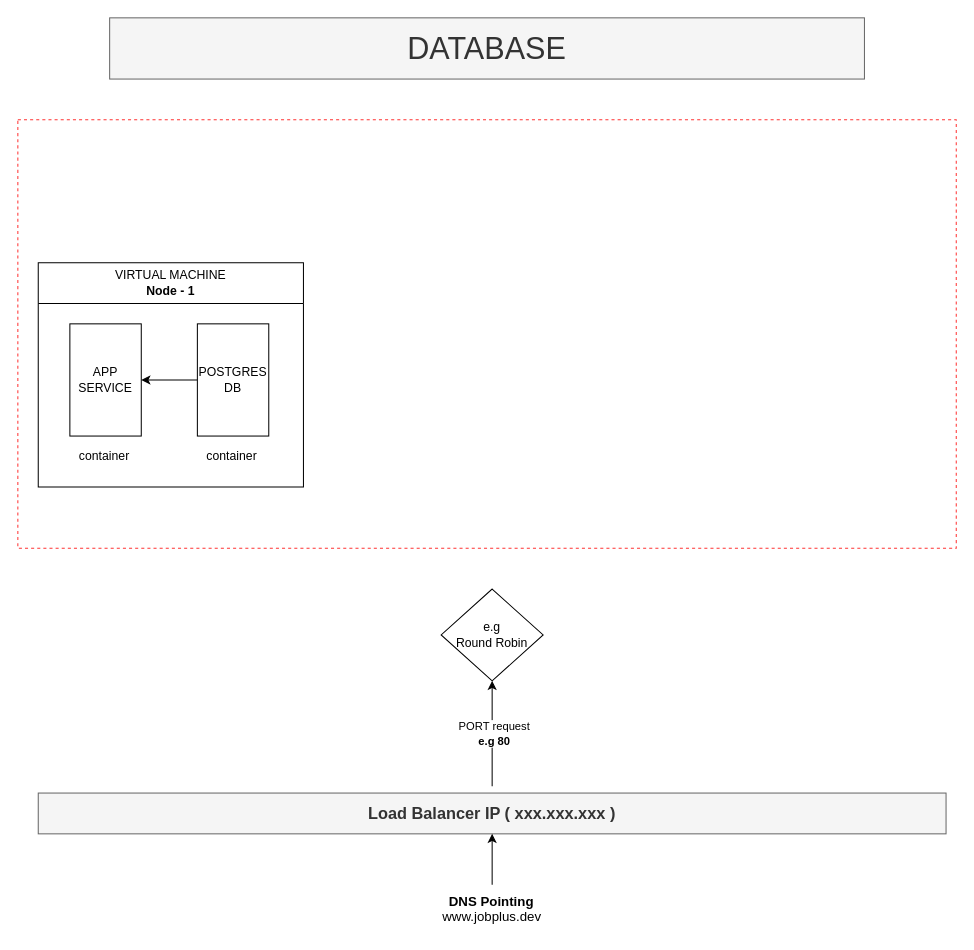
Before: page "Page-10" (10 of 10) of devops/DevOps.drawio in kingsley-ijomah/draw.io, a draw.io diagram. Source tidied: cells renumbered, new cells numbered last; positions are measured from the earlier drawing's top-left corner, leaving out a move shared by most shapes. Both pictures are drawn from the tidied source at 102%, with x=0, y=0 at pixel (17, 17).
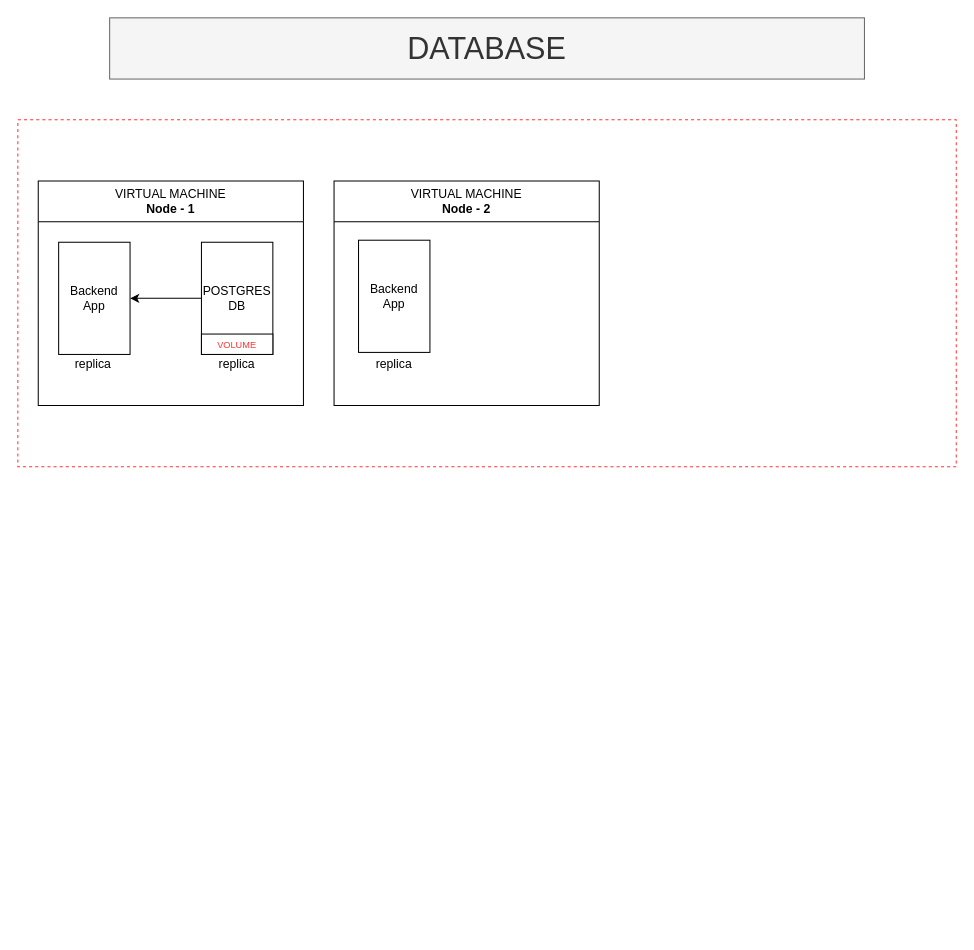
The same page after the edit.

Change to the diagram source:
```diff
@@
 <mxGraphModel>
   <root>
     <mxCell id="0" />
     <mxCell id="1" parent="0" />
     <mxCell id="2" style="rounded=0;whiteSpace=wrap;html=1;fillColor=none;dashed=1;strokeColor=#FF3333;" parent="1" vertex="1">
-      <mxGeometry y="100" width="920" height="420" as="geometry" />
+      <mxGeometry y="100" width="920" height="340" as="geometry" />
     </mxCell>
     <mxCell id="3" value="&lt;span style=&quot;font-weight: normal;&quot;&gt;VIRTUAL MACHINE&lt;/span&gt;&lt;br&gt;Node - 1" style="swimlane;whiteSpace=wrap;html=1;startSize=40;" parent="1" vertex="1">
-      <mxGeometry x="20" y="240" width="260" height="220" as="geometry" />
+      <mxGeometry x="20" y="160" width="260" height="220" as="geometry" />
     </mxCell>
-    <mxCell id="4" value="APP&lt;br&gt;SERVICE" style="rounded=0;whiteSpace=wrap;html=1;" parent="3" vertex="1">
-      <mxGeometry x="31" y="60" width="70" height="110" as="geometry" />
-    </mxCell>
-    <mxCell id="5" value="container" style="text;html=1;strokeColor=none;fillColor=none;align=center;verticalAlign=middle;whiteSpace=wrap;rounded=0;" parent="3" vertex="1">
-      <mxGeometry x="35" y="175" width="60" height="30" as="geometry" />
-    </mxCell>
-    <mxCell id="6" style="edgeStyle=orthogonalEdgeStyle;rounded=0;jettySize=auto;html=1;" parent="3" edge="1" source="7" target="4">
-      <mxGeometry relative="1" as="geometry" />
-    </mxCell>
     <mxCell id="7" value="POSTGRES&lt;br&gt;DB" style="rounded=0;whiteSpace=wrap;html=1;" parent="3" vertex="1">
-      <mxGeometry x="156" y="60" width="70" height="110" as="geometry" />
+      <mxGeometry x="160" y="60" width="70" height="110" as="geometry" />
     </mxCell>
-    <mxCell id="8" value="container" style="text;html=1;strokeColor=none;fillColor=none;align=center;verticalAlign=middle;whiteSpace=wrap;rounded=0;" parent="3" vertex="1">
-      <mxGeometry x="160" y="175" width="60" height="30" as="geometry" />
-    </mxCell>
-    <mxCell id="9" value="&lt;b&gt;&lt;font style=&quot;font-size: 16px;&quot;&gt;Load Balancer IP ( xxx.xxx.xxx )&lt;/font&gt;&lt;/b&gt;" style="rounded=0;whiteSpace=wrap;html=1;fillColor=#f5f5f5;fontColor=#333333;strokeColor=#666666;" parent="1" vertex="1">
-      <mxGeometry x="20" y="760" width="890" height="40" as="geometry" />
-    </mxCell>
-    <mxCell id="10" style="endArrow=classic;html=1;rounded=0;entryX=0.5;entryY=1;entryDx=0;entryDy=0;" parent="1" edge="1" target="9">
-      <mxGeometry relative="1" as="geometry">
-        <mxPoint x="465" y="850" as="sourcePoint" />
-      </mxGeometry>
-    </mxCell>
-    <mxCell id="11" value="&lt;font style=&quot;font-size: 13px;&quot;&gt;&lt;b&gt;DNS Pointing&lt;/b&gt;&lt;/font&gt;" style="text;html=1;strokeColor=none;fillColor=none;align=center;verticalAlign=middle;whiteSpace=wrap;rounded=0;" parent="1" vertex="1">
-      <mxGeometry x="417" y="851" width="95" height="30" as="geometry" />
-    </mxCell>
-    <mxCell id="12" value="&lt;font style=&quot;font-size: 13px;&quot;&gt;www.jobplus.dev&lt;/font&gt;" style="text;html=1;strokeColor=none;fillColor=none;align=center;verticalAlign=middle;whiteSpace=wrap;rounded=0;" parent="1" vertex="1">
-      <mxGeometry x="415" y="866" width="100" height="30" as="geometry" />
-    </mxCell>
+    <mxCell id="17" value="replica" style="text;html=1;strokeColor=none;fillColor=none;align=center;verticalAlign=middle;whiteSpace=wrap;rounded=0;" parent="3" vertex="1">
+      <mxGeometry x="165" y="165" width="60" height="30" as="geometry" />
+    </mxCell>
+    <mxCell id="18" value="replica" style="text;html=1;strokeColor=none;fillColor=none;align=center;verticalAlign=middle;whiteSpace=wrap;rounded=0;" parent="3" vertex="1">
+      <mxGeometry x="24" y="165" width="60" height="30" as="geometry" />
+    </mxCell>
     <mxCell id="13" value="&lt;font style=&quot;font-size: 30px;&quot;&gt;DATABASE&lt;/font&gt;" style="rounded=0;whiteSpace=wrap;html=1;fillColor=#f5f5f5;fontColor=#333333;strokeColor=#666666;" parent="1" vertex="1">
       <mxGeometry x="90" width="740" height="60" as="geometry" />
     </mxCell>
-    <mxCell id="14" value="e.g&lt;br&gt;Round Robin" style="rhombus;whiteSpace=wrap;html=1;" parent="1" vertex="1">
-      <mxGeometry x="415" y="560" width="100" height="90" as="geometry" />
-    </mxCell>
-    <mxCell id="15" style="endArrow=classic;html=1;rounded=0;exitX=0.5;exitY=-0.164;exitDx=0;exitDy=0;exitPerimeter=0;entryX=0.5;entryY=1;entryDx=0;entryDy=0;" parent="1" edge="1" source="9" target="14">
-      <mxGeometry relative="1" as="geometry" />
-    </mxCell>
-    <mxCell id="16" value="PORT request&lt;br&gt;&lt;b&gt;e.g 80&lt;/b&gt;" style="edgeLabel;html=1;align=center;verticalAlign=middle;" parent="15" vertex="1">
-      <mxGeometry y="-1" relative="1" as="geometry" />
-    </mxCell>
+    <mxCell id="19" value="&lt;font color=&quot;#ff3333&quot; style=&quot;font-size: 9px;&quot;&gt;VOLUME&lt;/font&gt;" style="rounded=0;whiteSpace=wrap;html=1;" parent="1" vertex="1">
+      <mxGeometry x="180" y="310" width="70" height="20" as="geometry" />
+    </mxCell>
+    <mxCell id="20" value="&lt;span style=&quot;font-weight: normal;&quot;&gt;VIRTUAL MACHINE&lt;/span&gt;&lt;br&gt;Node - 2" style="swimlane;whiteSpace=wrap;html=1;startSize=40;" parent="1" vertex="1">
+      <mxGeometry x="310" y="160" width="260" height="220" as="geometry" />
+    </mxCell>
+    <mxCell id="21" value="Backend&lt;br&gt;App" style="rounded=0;whiteSpace=wrap;html=1;" parent="20" vertex="1">
+      <mxGeometry x="24" y="58" width="70" height="110" as="geometry" />
+    </mxCell>
+    <mxCell id="22" value="replica" style="text;html=1;strokeColor=none;fillColor=none;align=center;verticalAlign=middle;whiteSpace=wrap;rounded=0;" parent="20" vertex="1">
+      <mxGeometry x="29" y="165" width="60" height="30" as="geometry" />
+    </mxCell>
+    <mxCell id="23" value="Backend&lt;br&gt;App" style="rounded=0;whiteSpace=wrap;html=1;" parent="1" vertex="1">
+      <mxGeometry x="40" y="220" width="70" height="110" as="geometry" />
+    </mxCell>
+    <mxCell id="24" style="edgeStyle=orthogonalEdgeStyle;rounded=0;jettySize=auto;html=1;entryX=1;entryY=0.5;entryDx=0;entryDy=0;" parent="1" edge="1" source="7" target="23">
+      <mxGeometry relative="1" as="geometry" />
+    </mxCell>
   </root>
 </mxGraphModel>
```
